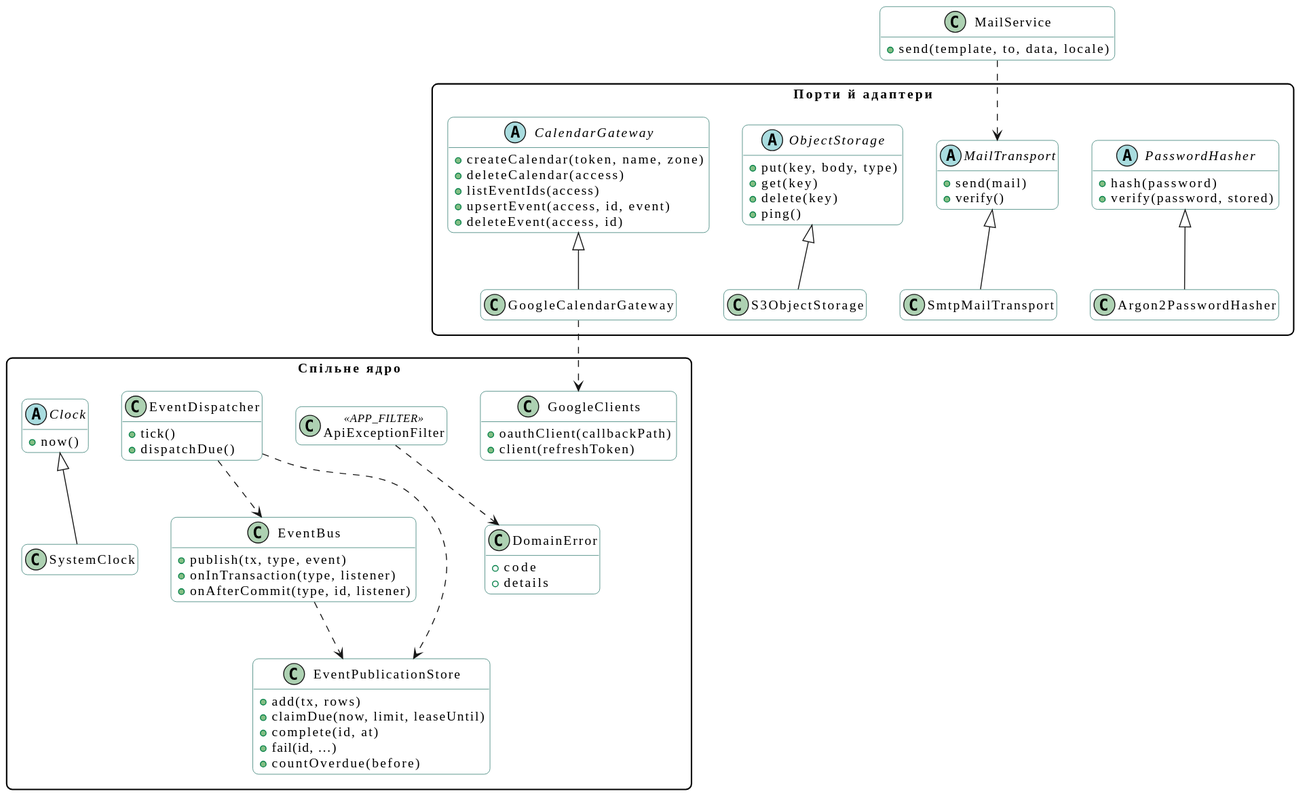
This is docs/diagrams/class/svg/shared-kernel.svg from mzabrodin/Errandly, a PlantUML export, as it was before one commit.
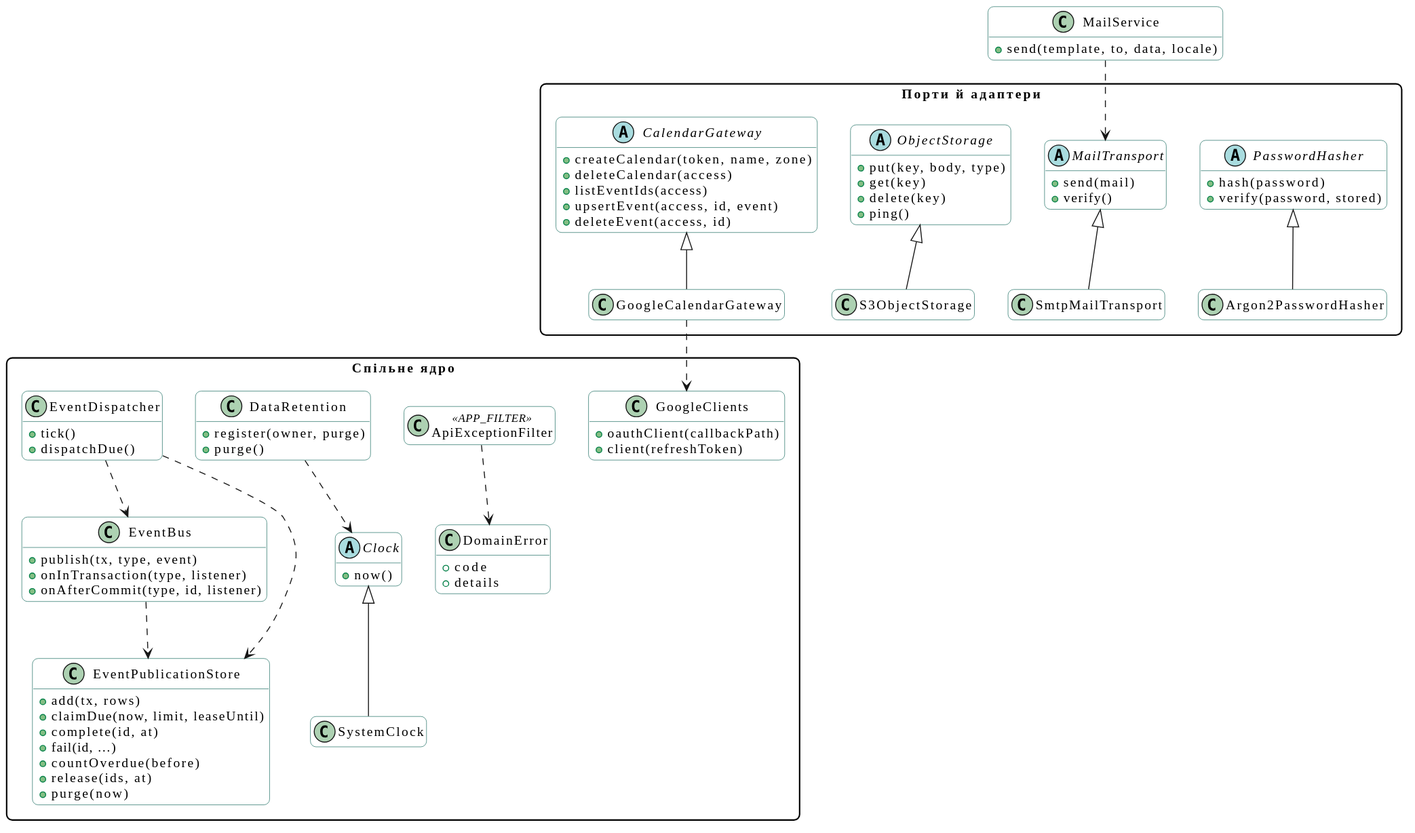
After the change.

Change to the diagram source:
```diff
@@ -23,6 +23,12 @@
     +complete(id, at)
     +fail(id, …)
     +countOverdue(before)
+    +release(ids, at)
+    +purge(now)
+  }
+  class DataRetention {
+    +register(owner, purge)
+    +purge()
   }
   abstract class Clock {
     +now()
@@ -74,6 +80,7 @@
 EventBus ..> EventPublicationStore
 EventDispatcher ..> EventPublicationStore
 EventDispatcher ..> EventBus
+DataRetention ..> Clock
 ApiExceptionFilter ..> DomainError
 MailService ..> MailTransport
 SystemClock -up-|> Clock
```
